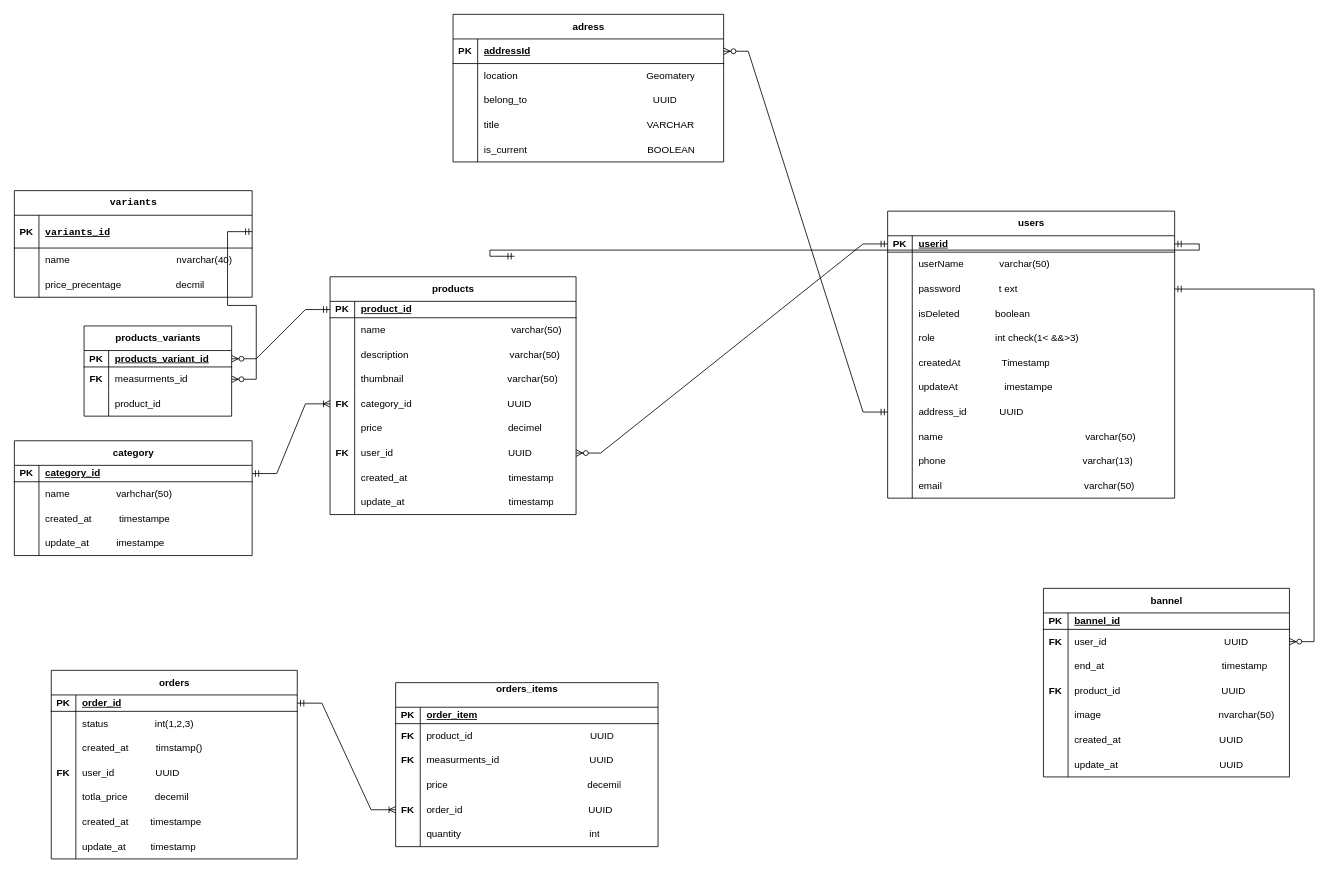
Earlier version of the draw.io diagram ecommerce.drawio (Abdullah2100/ecommerce_full_stack). Source tidied: cells renumbered, new cells numbered last; positions are measured from the earlier drawing's top-left corner, leaving out a move shared by most shapes. Both pictures are drawn from the tidied source at 82%, with x=0, y=0 at pixel (14, 14).
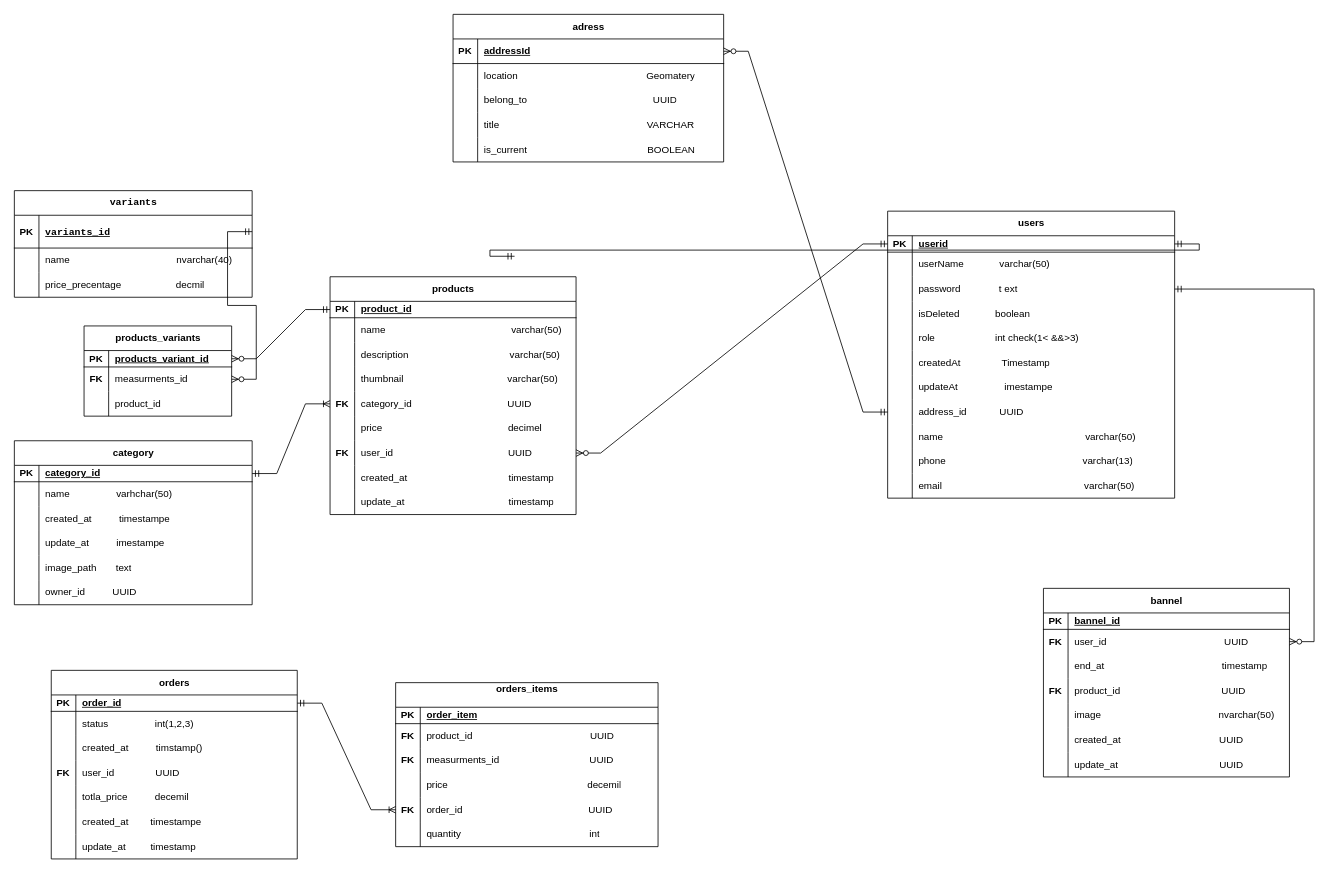
Above is the later version.

Diff of the diagram source:
```diff
@@
     <mxCell id="148" value="category" style="shape=table;startSize=30;childLayout=tableLayout;rowLines=0;fontStyle=1;align=center;html=1;" parent="1" vertex="1">
-      <mxGeometry y="520" width="290" height="140" as="geometry" />
+      <mxGeometry y="520" width="290" height="200" as="geometry" />
     </mxCell>
@@
+    <mxCell id="184" style="shape=tableRow;horizontal=0;startSize=0;swimlaneHead=0;swimlaneBody=0;fillColor=none;top=0;left=0;right=0;bottom=0;" parent="148" vertex="1">
+      <mxGeometry y="140" width="290" height="30" as="geometry" />
+    </mxCell>
+    <mxCell id="185" style="shape=partialRectangle;fillColor=none;top=0;left=0;bottom=0;right=0;overflow=hidden;whiteSpace=wrap;html=1;" parent="184" vertex="1">
+      <mxGeometry width="30" height="30" as="geometry" />
+    </mxCell>
+    <mxCell id="186" value="image_path&amp;nbsp; &amp;nbsp; &amp;nbsp; &amp;nbsp;text" style="shape=partialRectangle;fillColor=none;top=0;left=0;bottom=0;right=0;align=left;spacingLeft=6;overflow=hidden;whiteSpace=wrap;html=1;" parent="184" vertex="1">
+      <mxGeometry x="30" width="260" height="30" as="geometry" />
+    </mxCell>
+    <mxCell id="187" style="shape=tableRow;horizontal=0;startSize=0;swimlaneHead=0;swimlaneBody=0;fillColor=none;top=0;left=0;right=0;bottom=0;" parent="148" vertex="1">
+      <mxGeometry y="170" width="290" height="30" as="geometry" />
+    </mxCell>
+    <mxCell id="188" style="shape=partialRectangle;fillColor=none;top=0;left=0;bottom=0;right=0;overflow=hidden;whiteSpace=wrap;html=1;" parent="187" vertex="1">
+      <mxGeometry width="30" height="30" as="geometry" />
+    </mxCell>
+    <mxCell id="189" value="owner_id&amp;nbsp; &amp;nbsp; &amp;nbsp; &amp;nbsp; &amp;nbsp; UUID" style="shape=partialRectangle;fillColor=none;top=0;left=0;bottom=0;right=0;align=left;spacingLeft=6;overflow=hidden;whiteSpace=wrap;html=1;" parent="187" vertex="1">
+      <mxGeometry x="30" width="260" height="30" as="geometry" />
+    </mxCell>
```
